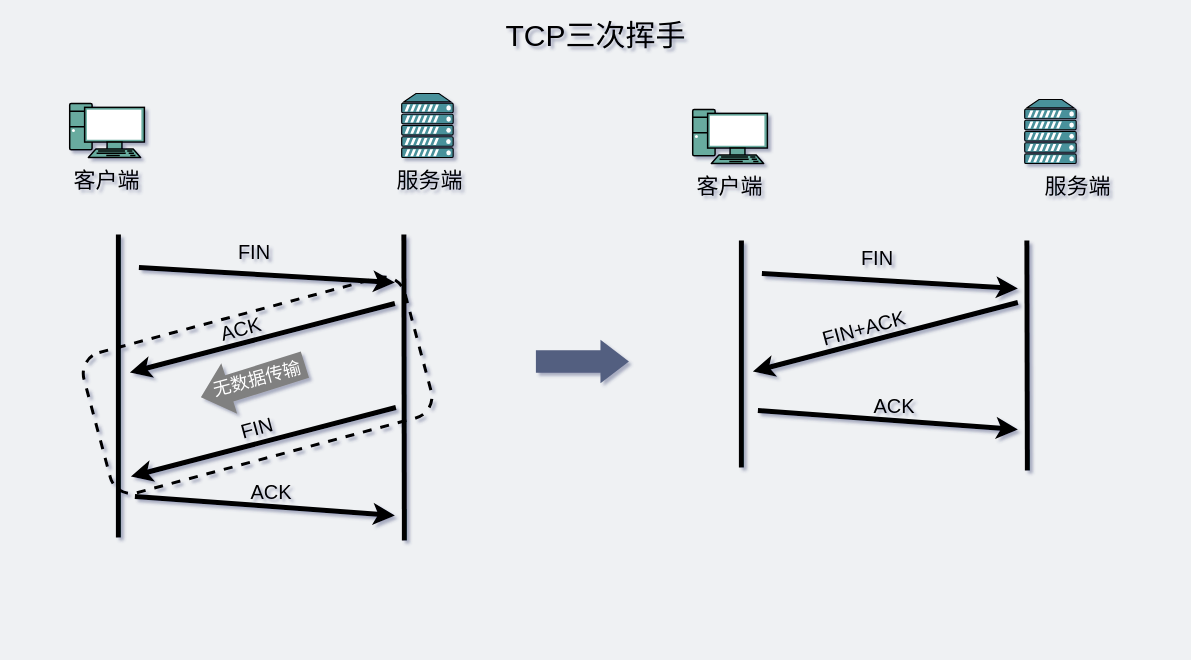
This is network/TCP三次挥手延迟确认.drawio from xiaobaiTech/image, a draw.io file, before an edit. Source tidied: cells renumbered, new cells numbered last; positions are measured from the earlier drawing's top-left corner, leaving out a move shared by most shapes. Both pictures are drawn from the tidied source at 100%, with x=0, y=0 at pixel (17, 21).
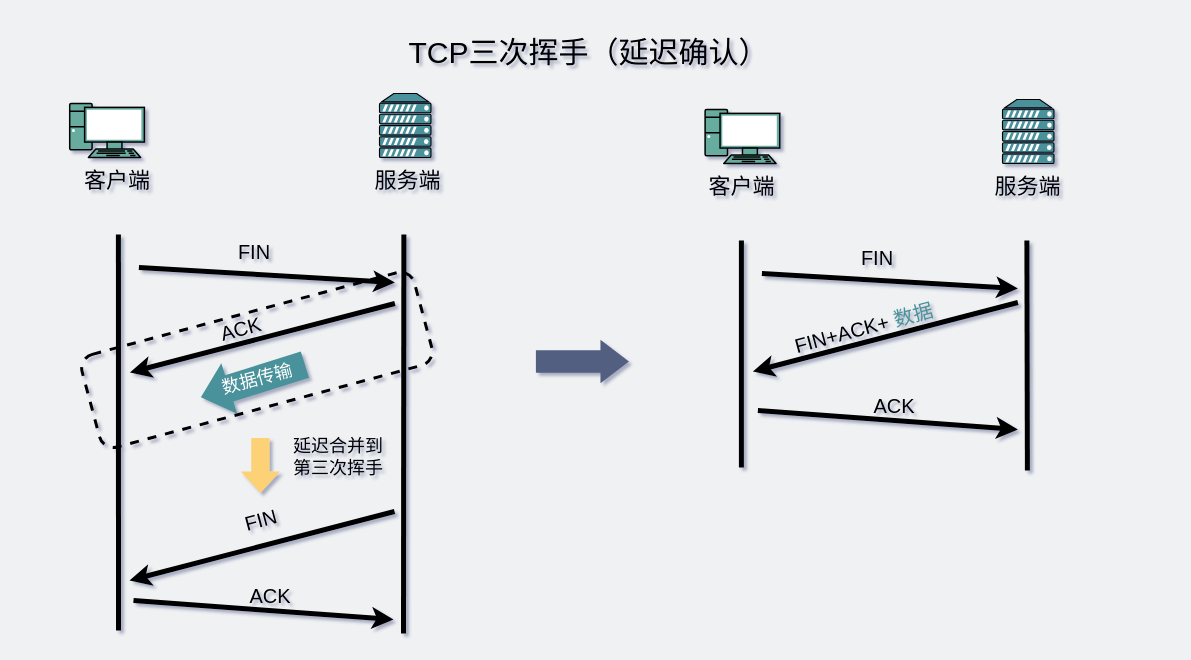
The same page after the edit.

Commit message:
Update TCP三次挥手延迟确认.drawio

What changed in the source:
```diff
@@
+    <mxCell id="31" style="rounded=1;whiteSpace=wrap;html=1;rotation=-15;fillColor=none;dashed=1;strokeWidth=3;" parent="1" vertex="1">
+      <mxGeometry x="67.5" y="290.4" width="344" height="95.9" as="geometry" />
+    </mxCell>
-    <mxCell id="2" style="shape=flexArrow;endArrow=classic;html=1;fontColor=#FFFFFF;gradientColor=none;endWidth=24.381720430107528;endSize=9.583333333333334;width=27.5;strokeColor=none;fillColor=#808080;" parent="1" edge="1">
+    <mxCell id="2" style="shape=flexArrow;endArrow=classic;html=1;fontColor=#FFFFFF;gradientColor=none;endWidth=24.381720430107528;endSize=9.583333333333334;width=27.5;strokeColor=none;fillColor=#4A919B;" parent="1" edge="1">
       <mxGeometry relative="1" as="geometry">
         <mxPoint x="287.9" y="343" as="sourcePoint" />
         <mxPoint x="182.9" y="376" as="targetPoint" />
       </mxGeometry>
     </mxCell>
@@
     <mxCell id="4" value="客户端" style="text;html=1;strokeColor=none;fillColor=none;align=center;verticalAlign=middle;whiteSpace=wrap;rounded=0;fontSize=22;" parent="1" vertex="1">
-      <mxGeometry y="150" width="179" height="20" as="geometry" />
+      <mxGeometry x="52.2" y="150" width="96" height="20" as="geometry" />
     </mxCell>
     <mxCell id="5" style="fontColor=#0066CC;verticalAlign=top;verticalLabelPosition=bottom;labelPosition=center;align=center;html=1;gradientColor=none;gradientDirection=north;strokeWidth=2;shape=mxgraph.networks.server;fillColor=#4A919B;" parent="1" vertex="1">
-      <mxGeometry x="384.2" y="72" width="51.5" height="64" as="geometry" />
+      <mxGeometry x="362" y="72" width="51.5" height="64" as="geometry" />
     </mxCell>
     <mxCell id="6" value="服务端" style="text;html=1;strokeColor=none;fillColor=none;align=center;verticalAlign=middle;whiteSpace=wrap;rounded=0;fontSize=22;" parent="1" vertex="1">
-      <mxGeometry x="323.2" y="150" width="179" height="20" as="geometry" />
+      <mxGeometry x="301" y="150" width="179" height="20" as="geometry" />
     </mxCell>
-    <mxCell id="7" value="&lt;font style=&quot;font-size: 30px&quot;&gt;TCP三次挥手&lt;/font&gt;" style="text;html=1;strokeColor=none;fillColor=none;align=center;verticalAlign=middle;whiteSpace=wrap;rounded=0;" parent="1" vertex="1">
-      <mxGeometry x="380.9" width="395" height="28" as="geometry" />
+    <mxCell id="7" value="&lt;font style=&quot;font-size: 30px&quot;&gt;TCP三次挥手（延迟确认）&lt;/font&gt;" style="text;html=1;strokeColor=none;fillColor=none;align=center;verticalAlign=middle;whiteSpace=wrap;rounded=0;" parent="1" vertex="1">
+      <mxGeometry x="374" y="17" width="395" height="28" as="geometry" />
     </mxCell>
     <mxCell id="8" style="endArrow=none;html=1;strokeWidth=5;" parent="1" edge="1">
       <mxGeometry relative="1" as="geometry">
-        <mxPoint x="100.9" y="516" as="sourcePoint" />
+        <mxPoint x="101" y="609" as="sourcePoint" />
         <mxPoint x="100.9" y="213" as="targetPoint" />
       </mxGeometry>
     </mxCell>
@@
     <mxCell id="12" style="endArrow=classic;html=1;strokeWidth=5;" parent="1" edge="1">
       <mxGeometry relative="1" as="geometry">
-        <mxPoint x="117.4" y="475" as="sourcePoint" />
-        <mxPoint x="377.4" y="494" as="targetPoint" />
+        <mxPoint x="116" y="579" as="sourcePoint" />
+        <mxPoint x="376" y="598" as="targetPoint" />
       </mxGeometry>
     </mxCell>
@@
     <mxCell id="14" style="endArrow=none;html=1;strokeWidth=5;" parent="1" edge="1">
       <mxGeometry relative="1" as="geometry">
-        <mxPoint x="386.9" y="519" as="sourcePoint" />
+        <mxPoint x="386" y="612" as="sourcePoint" />
         <mxPoint x="386.4" y="213" as="targetPoint" />
       </mxGeometry>
     </mxCell>
     <mxCell id="15" style="endArrow=none;html=1;strokeWidth=5;startArrow=classic;startFill=1;endFill=0;" parent="1" edge="1">
       <mxGeometry relative="1" as="geometry">
-        <mxPoint x="113.4" y="455" as="sourcePoint" />
-        <mxPoint x="378.4" y="386" as="targetPoint" />
+        <mxPoint x="112" y="559" as="sourcePoint" />
+        <mxPoint x="377" y="490" as="targetPoint" />
       </mxGeometry>
     </mxCell>
     <mxCell id="16" value="ACK" style="text;html=1;strokeColor=none;fillColor=none;align=center;verticalAlign=middle;whiteSpace=wrap;rounded=0;dashed=1;fontSize=20;rotation=0;" parent="1" vertex="1">
-      <mxGeometry x="188.4" y="460" width="132" height="20" as="geometry" />
+      <mxGeometry x="187" y="564" width="132" height="20" as="geometry" />
     </mxCell>
     <mxCell id="17" value="FIN" style="text;html=1;strokeColor=none;fillColor=none;align=center;verticalAlign=middle;whiteSpace=wrap;rounded=0;fontSize=20;rotation=-15;" parent="1" vertex="1">
-      <mxGeometry x="104.9" y="390" width="269" height="32" as="geometry" />
+      <mxGeometry x="109" y="482" width="269" height="32" as="geometry" />
     </mxCell>
-    <mxCell id="18" value="&lt;font style=&quot;font-size: 18px&quot;&gt;无数据传输&lt;/font&gt;" style="text;html=1;strokeColor=none;fillColor=none;align=center;verticalAlign=middle;whiteSpace=wrap;rounded=0;fontColor=#FFFFFF;rotation=-15;" parent="1" vertex="1">
+    <mxCell id="18" value="&lt;font style=&quot;font-size: 18px&quot;&gt;数据传输&lt;/font&gt;" style="text;html=1;strokeColor=none;fillColor=none;align=center;verticalAlign=middle;whiteSpace=wrap;rounded=0;fontColor=#FFFFFF;rotation=-15;" parent="1" vertex="1">
       <mxGeometry x="188.5" y="348" width="102" height="20" as="geometry" />
     </mxCell>
     <mxCell id="19" style="fontColor=#0066CC;verticalAlign=top;verticalLabelPosition=bottom;labelPosition=center;align=center;html=1;gradientColor=none;gradientDirection=north;strokeWidth=2;shape=mxgraph.networks.pc;fillColor=#67AB9F;fontSize=30;" parent="1" vertex="1">
-      <mxGeometry x="675.2" y="88" width="74.7" height="54" as="geometry" />
+      <mxGeometry x="687.6" y="88" width="74.7" height="54" as="geometry" />
     </mxCell>
     <mxCell id="20" value="客户端" style="text;html=1;strokeColor=none;fillColor=none;align=center;verticalAlign=middle;whiteSpace=wrap;rounded=0;fontSize=22;" parent="1" vertex="1">
-      <mxGeometry x="623" y="156" width="179" height="20" as="geometry" />
+      <mxGeometry x="635.4" y="156" width="179" height="20" as="geometry" />
     </mxCell>
     <mxCell id="21" style="fontColor=#0066CC;verticalAlign=top;verticalLabelPosition=bottom;labelPosition=center;align=center;html=1;gradientColor=none;gradientDirection=north;strokeWidth=2;shape=mxgraph.networks.server;fillColor=#4A919B;" parent="1" vertex="1">
-      <mxGeometry x="1007.2" y="78" width="51.5" height="64" as="geometry" />
+      <mxGeometry x="985" y="78" width="51.5" height="64" as="geometry" />
     </mxCell>
     <mxCell id="22" value="服务端" style="text;html=1;strokeColor=none;fillColor=none;align=center;verticalAlign=middle;whiteSpace=wrap;rounded=0;fontSize=22;" parent="1" vertex="1">
-      <mxGeometry x="971.2" y="156" width="179" height="20" as="geometry" />
+      <mxGeometry x="966.4" y="156" width="88.8" height="20" as="geometry" />
     </mxCell>
@@
-    <mxCell id="28" value="FIN+ACK" style="text;html=1;strokeColor=none;fillColor=none;align=center;verticalAlign=middle;whiteSpace=wrap;rounded=0;fontSize=20;rotation=-15;" parent="1" vertex="1">
+    <mxCell id="28" value="FIN+ACK+ &lt;font color=&quot;#4a919b&quot;&gt;数据&lt;/font&gt;" style="text;html=1;strokeColor=none;fillColor=none;align=center;verticalAlign=middle;whiteSpace=wrap;rounded=0;fontSize=20;rotation=-15;" parent="1" vertex="1">
       <mxGeometry x="712" y="289.9" width="269" height="32" as="geometry" />
     </mxCell>
@@
-    <mxCell id="31" style="rounded=1;whiteSpace=wrap;html=1;rotation=-15;fillColor=none;dashed=1;strokeWidth=3;" parent="1" vertex="1">
-      <mxGeometry x="74" y="291.1" width="332.2" height="145.2" as="geometry" />
-    </mxCell>
@@
+    <mxCell id="33" style="shape=flexArrow;endArrow=classic;html=1;strokeColor=none;fillColor=#FDD276;width=18.285714285714285;endSize=6.857142857142857;" parent="1" edge="1">
+      <mxGeometry relative="1" as="geometry">
+        <mxPoint x="242.9" y="416" as="sourcePoint" />
+        <mxPoint x="242.9" y="472" as="targetPoint" />
+      </mxGeometry>
+    </mxCell>
+    <mxCell id="34" value="&lt;font style=&quot;font-size: 18px&quot;&gt;延迟合并到第三次挥手&lt;/font&gt;" style="text;html=1;strokeColor=none;fillColor=none;align=center;verticalAlign=middle;whiteSpace=wrap;rounded=0;" parent="1" vertex="1">
+      <mxGeometry x="268" y="426" width="106" height="20" as="geometry" />
+    </mxCell>
```
